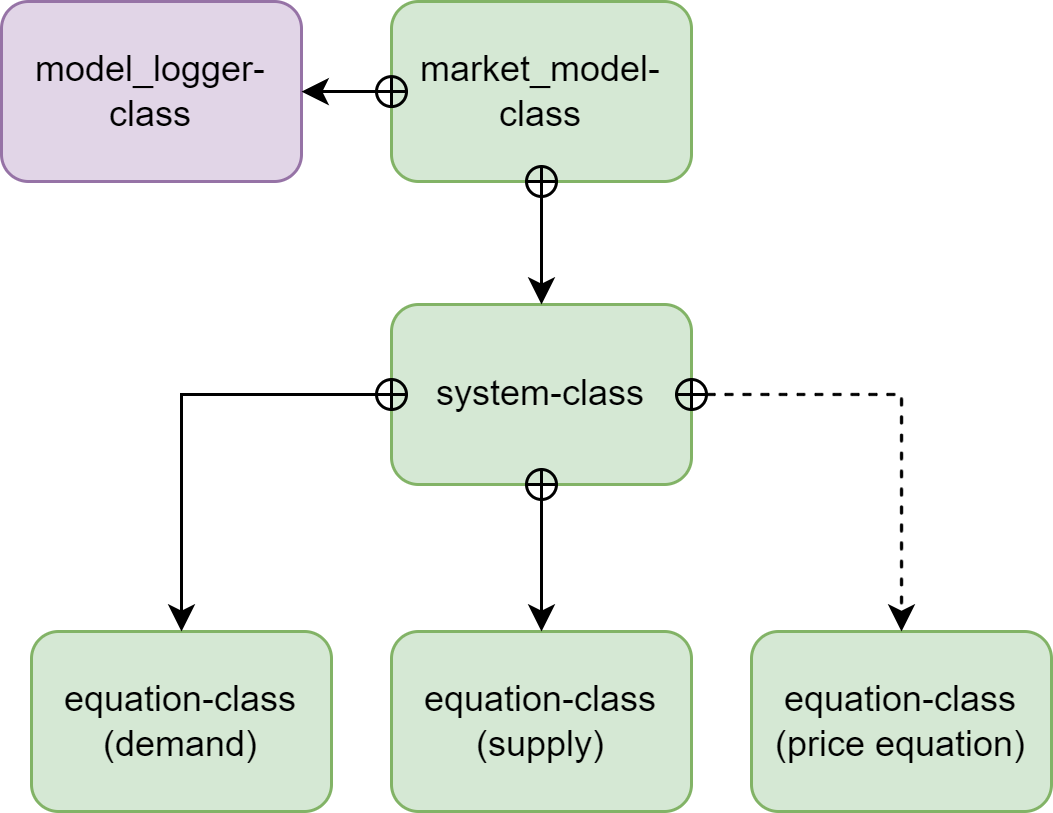
The draw.io diagram man/figures/implementation.png in pi-kappa-devel/markets, before a commit. Source tidied: cells renumbered, new cells last; positions are measured from the earlier drawing's top-left corner, leaving out a move shared by most shapes.
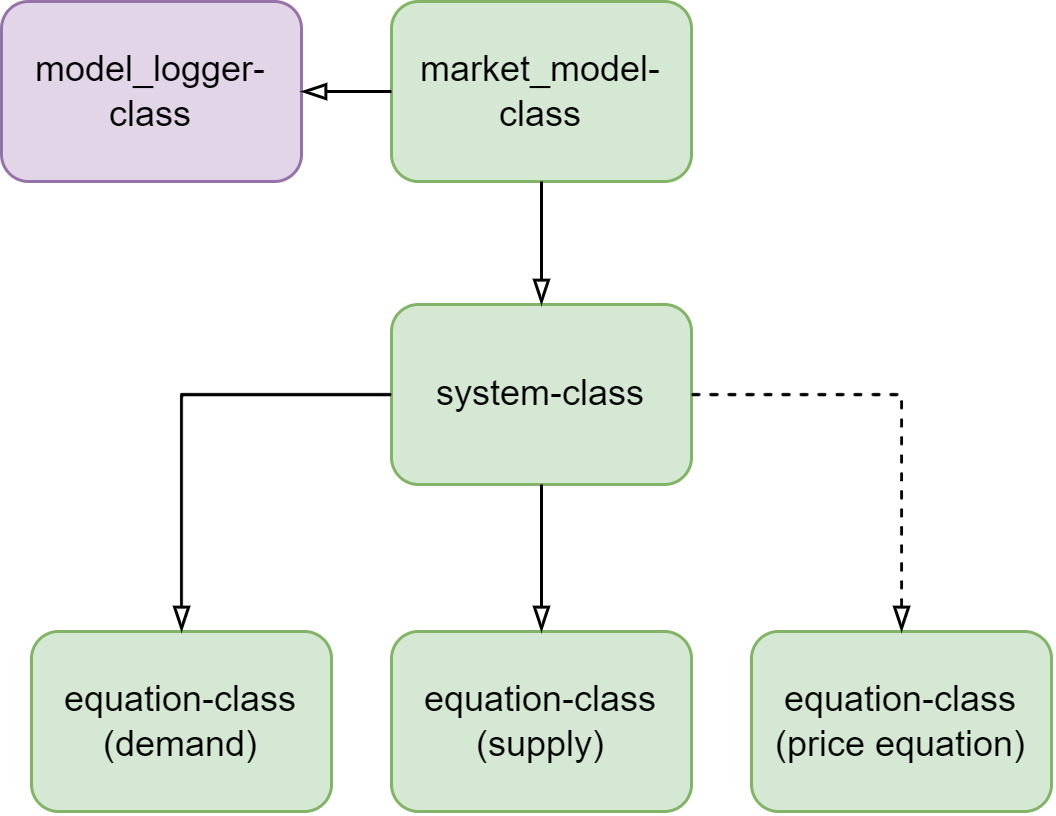
Above is the later version.

Change to the diagram source:
```diff
@@ -25,19 +25,19 @@
         <mxPoint x="500" y="469" as="targetPoint" />
       </mxGeometry>
     </mxCell>
-    <mxCell id="9" style="edgeStyle=orthogonalEdgeStyle;rounded=0;jettySize=auto;html=1;startArrow=circlePlus;startFill=0;startSize=4;sourcePerimeterSpacing=-6;" parent="1" edge="1" source="3" target="5">
+    <mxCell id="9" style="edgeStyle=orthogonalEdgeStyle;rounded=0;jettySize=auto;html=1;startArrow=none;startFill=0;startSize=4;sourcePerimeterSpacing=-6;endArrow=blockThin;endFill=0;exitX=0;exitY=0.5;exitDx=0;exitDy=0;" parent="1" edge="1" source="3" target="5">
       <mxGeometry relative="1" as="geometry" />
     </mxCell>
-    <mxCell id="10" style="edgeStyle=orthogonalEdgeStyle;rounded=0;jettySize=auto;html=1;startArrow=circlePlus;startFill=0;startSize=4;sourcePerimeterSpacing=-6;" parent="1" edge="1" source="3" target="6">
+    <mxCell id="10" style="edgeStyle=orthogonalEdgeStyle;rounded=0;jettySize=auto;html=1;startArrow=none;startFill=0;startSize=4;sourcePerimeterSpacing=-6;endArrow=blockThin;endFill=0;exitX=0.5;exitY=1;exitDx=0;exitDy=0;" parent="1" edge="1" source="3" target="6">
       <mxGeometry relative="1" as="geometry" />
     </mxCell>
-    <mxCell id="11" style="edgeStyle=orthogonalEdgeStyle;rounded=0;jettySize=auto;html=1;dashed=1;startArrow=circlePlus;startFill=0;startSize=4;sourcePerimeterSpacing=-6;" parent="1" edge="1" source="3" target="7">
+    <mxCell id="11" style="edgeStyle=orthogonalEdgeStyle;rounded=0;jettySize=auto;html=1;dashed=1;startArrow=none;startFill=0;startSize=4;sourcePerimeterSpacing=-6;endArrow=blockThin;endFill=0;exitX=1;exitY=0.5;exitDx=0;exitDy=0;" parent="1" edge="1" source="3" target="7">
       <mxGeometry relative="1" as="geometry" />
     </mxCell>
-    <mxCell id="12" style="edgeStyle=orthogonalEdgeStyle;rounded=0;jettySize=auto;html=1;startArrow=circlePlus;startFill=0;startSize=4;sourcePerimeterSpacing=-6;" parent="1" edge="1" source="4" target="3">
+    <mxCell id="12" style="edgeStyle=orthogonalEdgeStyle;rounded=0;jettySize=auto;html=1;startArrow=none;startFill=0;startSize=4;sourcePerimeterSpacing=-6;endArrow=blockThin;endFill=0;exitX=0.5;exitY=1;exitDx=0;exitDy=0;" parent="1" edge="1" source="4" target="3">
       <mxGeometry relative="1" as="geometry" />
     </mxCell>
-    <mxCell id="13" style="edgeStyle=orthogonalEdgeStyle;rounded=0;jettySize=auto;html=1;startArrow=circlePlus;startFill=0;startSize=4;sourcePerimeterSpacing=-6;" parent="1" edge="1" source="4" target="2">
+    <mxCell id="13" style="edgeStyle=orthogonalEdgeStyle;rounded=0;jettySize=auto;html=1;startArrow=none;startFill=0;startSize=4;sourcePerimeterSpacing=-6;endArrow=blockThin;endFill=0;exitX=0;exitY=0.5;exitDx=0;exitDy=0;" parent="1" edge="1" source="4" target="2">
       <mxGeometry relative="1" as="geometry" />
     </mxCell>
   </root>
```
